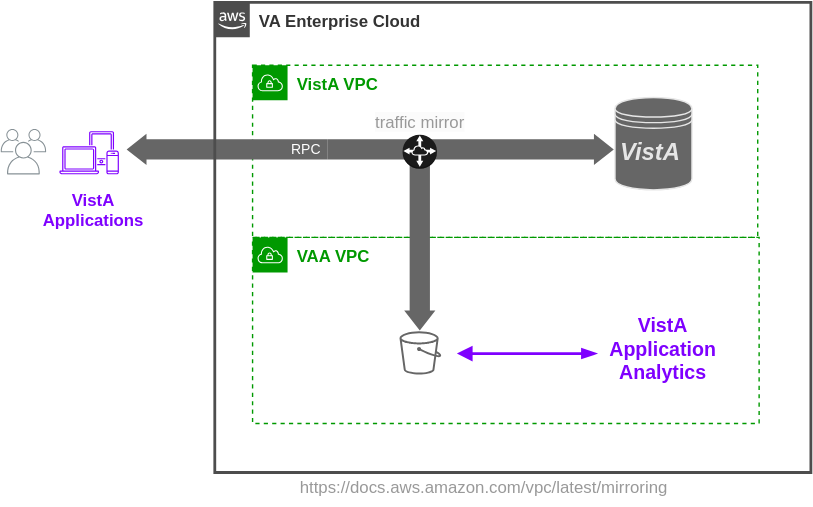
cloudvista/vaa keeps this draw.io diagram as vam.svg. Above is the earlier version. Source tidied: cells renumbered, new cells last; positions are measured from the earlier drawing's top-left corner, leaving out a move shared by most shapes.
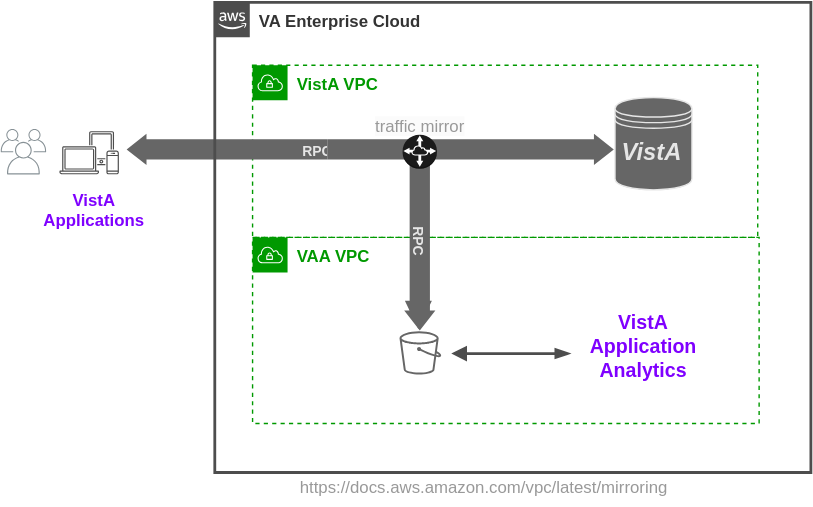
After the change.

Change to the diagram source:
```diff
@@ -23,31 +23,31 @@
     <mxCell id="8" style="sketch=0;gradientColor=none;fontColor=#545B64;strokeColor=none;fillColor=#879196;dashed=0;verticalLabelPosition=bottom;verticalAlign=top;align=center;html=1;fontSize=12;fontStyle=0;shape=mxgraph.aws4.illustration_users;" parent="1" vertex="1">
       <mxGeometry y="90.5" width="32.5" height="32.5" as="geometry" />
     </mxCell>
-    <mxCell id="9" style="sketch=0;gradientColor=none;fontColor=#545B64;strokeColor=none;fillColor=#7F00FF;dashed=0;verticalLabelPosition=bottom;verticalAlign=top;align=center;html=1;fontSize=12;fontStyle=0;shape=mxgraph.aws4.illustration_devices;" parent="1" vertex="1">
+    <mxCell id="9" style="sketch=0;gradientColor=none;fontColor=#545B64;strokeColor=none;fillColor=#4D4D4D;dashed=0;verticalLabelPosition=bottom;verticalAlign=top;align=center;html=1;fontSize=12;fontStyle=0;shape=mxgraph.aws4.illustration_devices;" parent="1" vertex="1">
       <mxGeometry x="42" y="92" width="42.5" height="31" as="geometry" />
     </mxCell>
     <mxCell id="10" value="&lt;span style=&quot;color: rgb(153, 153, 153); font-family: Helvetica; font-size: 12px; font-style: normal; font-variant-ligatures: normal; font-variant-caps: normal; font-weight: 400; letter-spacing: normal; orphans: 2; text-align: center; text-indent: 0px; text-transform: none; widows: 2; word-spacing: 0px; -webkit-text-stroke-width: 0px; background-color: rgb(251, 251, 251); text-decoration-thickness: initial; text-decoration-style: initial; text-decoration-color: initial; float: none; display: inline !important;&quot;&gt;traffic mirror&lt;/span&gt;" style="text;whiteSpace=wrap;html=1;fontColor=#009900;" parent="1" vertex="1">
-      <mxGeometry x="265.8" y="72" width="71.5" height="24" as="geometry" />
+      <mxGeometry x="265.8" y="75" width="71.5" height="24" as="geometry" />
     </mxCell>
-    <mxCell id="11" value="&lt;font color=&quot;#ffffff&quot; style=&quot;font-size: 10px;&quot;&gt;RPC&lt;/font&gt;" style="text;html=1;align=center;verticalAlign=middle;strokeColor=none;fillColor=none;fontSize=12;fontColor=#009900;" parent="1" vertex="1">
-      <mxGeometry x="198.6" y="92" width="39" height="26" as="geometry" />
+    <mxCell id="11" value="&lt;b&gt;&lt;font style=&quot;font-size: 10px;&quot; color=&quot;#e6e6e6&quot;&gt;RPC&lt;/font&gt;&lt;/b&gt;" style="text;html=1;align=center;verticalAlign=middle;strokeColor=none;fillColor=none;fontSize=12;fontColor=#009900;" parent="1" vertex="1">
+      <mxGeometry x="206" y="93.5" width="39" height="26" as="geometry" />
     </mxCell>
-    <mxCell id="12" value="&lt;font color=&quot;#ffffff&quot; style=&quot;font-size: 10px;&quot;&gt;RPC&lt;/font&gt;" style="text;html=1;align=center;verticalAlign=middle;strokeColor=none;fillColor=none;fontSize=12;fontColor=#009900;rotation=90;" parent="1" vertex="1">
-      <mxGeometry x="280" y="138" width="39" height="26" as="geometry" />
-    </mxCell>
+    <mxCell id="21" style="html=1;shadow=0;dashed=0;align=center;verticalAlign=middle;shape=mxgraph.arrows2.arrow;dy=0.46;dx=20.3;direction=east;notch=0;strokeColor=none;strokeWidth=1;fontSize=12;fontColor=#808080;fillColor=#666666;flipV=1;rotation=90;" parent="1" vertex="1">
+      <mxGeometry x="237.2" y="162.8" width="122.5" height="19.3" as="geometry" />
+    </mxCell>
     <mxCell id="13" style="shape=datastore;whiteSpace=wrap;html=1;fontSize=10;fontColor=#7F00FF;fillColor=#666666;strokeColor=#E6E6E6;" parent="1" vertex="1">
       <mxGeometry x="439" y="68" width="55" height="66" as="geometry" />
     </mxCell>
     <mxCell id="14" value="&lt;b&gt;&lt;font color=&quot;#7f00ff&quot; style=&quot;font-size: 14px;&quot;&gt;VistA&lt;br&gt;Application&lt;br&gt;Analytics&lt;/font&gt;&lt;/b&gt;" style="text;html=1;align=center;verticalAlign=middle;strokeColor=none;fillColor=none;" parent="1" vertex="1">
-      <mxGeometry x="426" y="217" width="94" height="62" as="geometry" />
+      <mxGeometry x="412" y="215" width="94" height="62" as="geometry" />
     </mxCell>
     <mxCell id="15" style="sketch=0;fontColor=#232F3E;gradientColor=none;fillColor=#666666;strokeColor=#7F00FF;dashed=0;verticalLabelPosition=bottom;verticalAlign=top;align=center;html=1;fontSize=12;fontStyle=0;shape=mxgraph.aws4.bucket;" parent="1" vertex="1">
       <mxGeometry x="285" y="235" width="29.8" height="31" as="geometry" />
     </mxCell>
-    <mxCell id="16" style="edgeStyle=none;html=1;strokeWidth=2;fontSize=17;fontColor=#7F00FF;startArrow=blockThin;startFill=1;endArrow=block;endFill=1;strokeColor=#7F00FF;" parent="1" edge="1">
+    <mxCell id="16" style="edgeStyle=none;html=1;strokeWidth=2;fontSize=17;fontColor=#7F00FF;startArrow=blockThin;startFill=1;endArrow=block;endFill=1;strokeColor=#4D4D4D;" parent="1" edge="1">
       <mxGeometry relative="1" as="geometry">
-        <mxPoint x="426" y="251" as="sourcePoint" />
-        <mxPoint x="326" y="251" as="targetPoint" />
+        <mxPoint x="407" y="251" as="sourcePoint" />
+        <mxPoint x="322" y="251" as="targetPoint" />
       </mxGeometry>
     </mxCell>
     <mxCell id="17" value="&lt;i style=&quot;&quot;&gt;&lt;font style=&quot;font-size: 17px;&quot;&gt;VistA&lt;/font&gt;&lt;/i&gt;" style="text;html=1;strokeColor=none;fillColor=none;align=center;verticalAlign=middle;whiteSpace=wrap;rounded=0;labelBackgroundColor=none;labelBorderColor=none;fontStyle=1;fontSize=35;fontColor=#E6E6E6;" parent="1" vertex="1">
@@ -62,5 +62,8 @@
     <mxCell id="20" style="dashed=0;verticalLabelPosition=bottom;verticalAlign=top;align=center;html=1;shape=mxgraph.aws3.vpc_peering;fillColor=#1A1A1A;gradientColor=none;strokeColor=#666666;strokeWidth=1;" parent="1" vertex="1">
       <mxGeometry x="287.2" y="94.6" width="24.5" height="24.2" as="geometry" />
     </mxCell>
+    <mxCell id="12" value="&lt;b&gt;&lt;font style=&quot;font-size: 10px;&quot; color=&quot;#e6e6e6&quot;&gt;RPC&lt;/font&gt;&lt;/b&gt;" style="text;html=1;align=center;verticalAlign=middle;strokeColor=none;fillColor=none;fontSize=12;fontColor=#009900;rotation=90;" parent="1" vertex="1">
+      <mxGeometry x="280" y="157" width="39" height="26" as="geometry" />
+    </mxCell>
   </root>
 </mxGraphModel>
```
